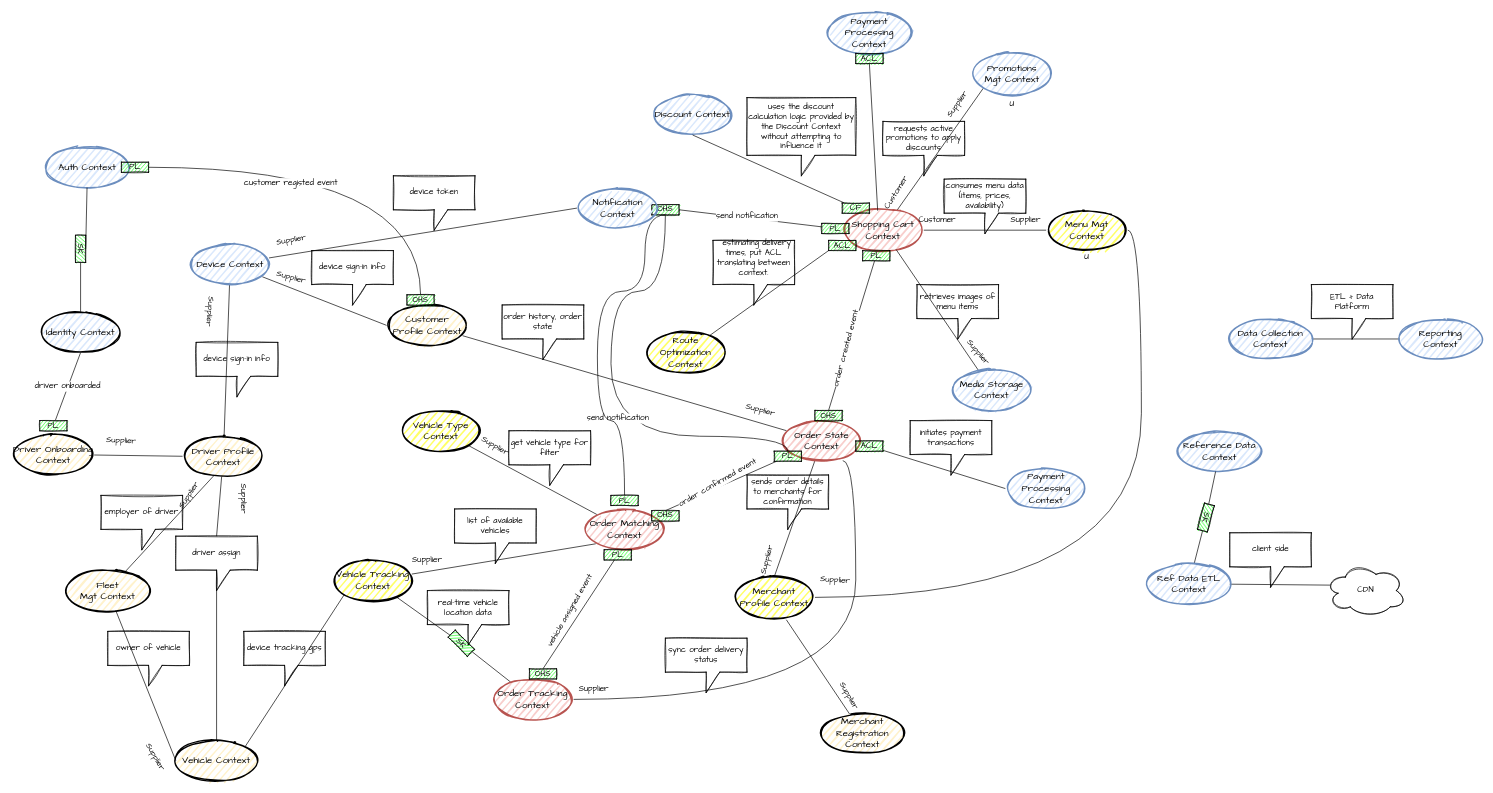
darkclouds2357/food_order_delivery keeps this draw.io diagram as page "context_map" (5 of 11) of food_delivery_design.drawio. Above is the earlier version. Source tidied: cells renumbered, new cells numbered last; positions are measured from the earlier drawing's top-left corner, leaving out a move shared by most shapes. Both pictures are drawn from the tidied source at 68%, with x=0, y=0 at pixel (12, 12).
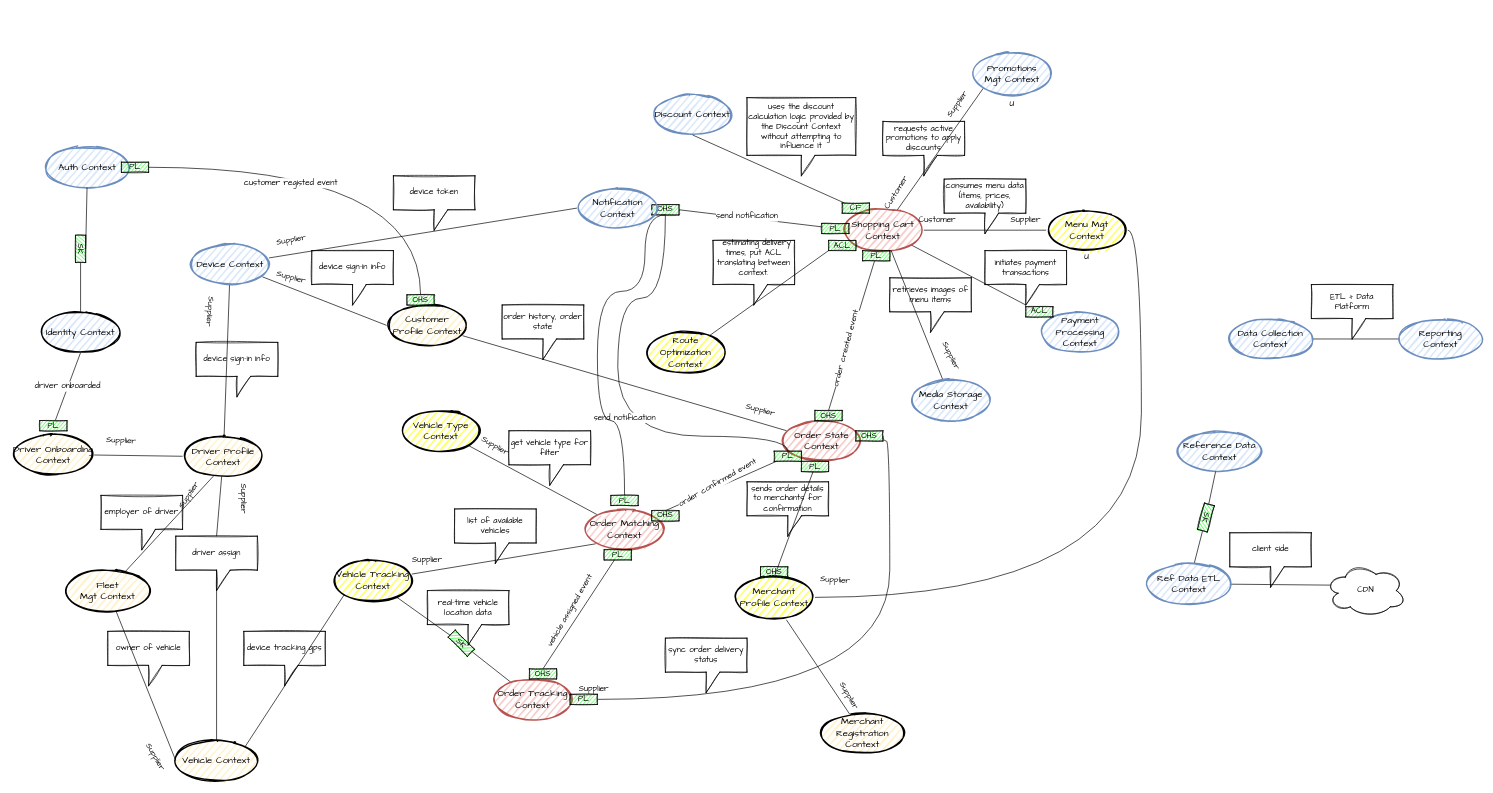
After the change.

Commit message (it also covers changes not shown here):
update for order matching context

The change refers to these unchanged cells:
```xml
<mxCell id="3" value="&lt;span&gt;Shopping Cart Context&lt;/span&gt;" style="ellipse;whiteSpace=wrap;html=1;strokeWidth=2;fillWeight=2;hachureGap=8;fillColor=#f8cecc;fillStyle=auto;sketch=1;glass=0;fontFamily=Comic Sans MS;fontSize=14;strokeColor=#b85450;" parent="1" vertex="1">
  <mxGeometry x="1220" y="290" width="120" height="60" as="geometry" />
</mxCell>
<mxCell id="22" value="OHS" style="rounded=0;whiteSpace=wrap;html=1;sketch=1;fontFamily=Comic Sans MS;fontSize=12;strokeColor=default;fillColor=#00FF00;verticalAlign=middle;" parent="1" vertex="1">
  <mxGeometry x="940" y="282.5" width="40" height="15" as="geometry" />
</mxCell>
<mxCell id="28" value="Order State Context" style="ellipse;whiteSpace=wrap;html=1;strokeWidth=2;fillWeight=2;hachureGap=8;fillColor=#f8cecc;fillStyle=auto;sketch=1;glass=0;fontFamily=Comic Sans MS;fontSize=14;strokeColor=#b85450;" parent="1" vertex="1">
  <mxGeometry x="1130" y="600" width="120" height="60" as="geometry" />
</mxCell>
<mxCell id="37" value="Merchant &lt;br&gt;Profile Context" style="ellipse;whiteSpace=wrap;html=1;strokeWidth=2;fillWeight=2;hachureGap=8;fillColor=#FFFF66;fillStyle=auto;sketch=1;glass=0;fontFamily=Comic Sans MS;fontSize=14;" parent="1" vertex="1">
  <mxGeometry x="1060" y="830" width="120" height="60" as="geometry" />
</mxCell>
<mxCell id="42" value="PL" style="rounded=0;whiteSpace=wrap;html=1;sketch=1;fontFamily=Comic Sans MS;fontSize=12;strokeColor=default;fillColor=#00FF00;verticalAlign=middle;" parent="1" vertex="1">
  <mxGeometry x="1120" y="645" width="40" height="15" as="geometry" />
</mxCell>
<mxCell id="64" value="Order Tracking Context" style="ellipse;whiteSpace=wrap;html=1;strokeWidth=2;fillWeight=2;hachureGap=8;fillColor=#f8cecc;fillStyle=auto;sketch=1;glass=0;fontFamily=Comic Sans MS;fontSize=14;strokeColor=#b85450;" parent="1" vertex="1">
  <mxGeometry x="705" y="980" width="120" height="60" as="geometry" />
</mxCell>
```

Diff of the diagram source:
```diff
@@
+    <mxCell id="134" style="edgeStyle=none;rounded=0;jettySize=auto;html=1;entryX=0;entryY=0;entryDx=60;entryDy=80;entryPerimeter=0;fontFamily=Comic Sans MS;fontSize=12;endArrow=none;endFill=0;flowAnimation=1;" parent="1" edge="1" source="3" target="55">
+      <mxGeometry relative="1" as="geometry" />
+    </mxCell>
@@
     <mxCell id="20" value="Media Storage Context" style="ellipse;whiteSpace=wrap;html=1;strokeWidth=2;fillWeight=2;hachureGap=8;fillColor=#dae8fc;fillStyle=auto;sketch=1;glass=0;fontFamily=Comic Sans MS;fontSize=14;strokeColor=#6c8ebf;" parent="1" vertex="1">
-      <mxGeometry x="1380" y="525" width="120" height="60" as="geometry" />
+      <mxGeometry x="1320" y="540" width="120" height="60" as="geometry" />
     </mxCell>
-    <mxCell id="21" value="Supplier" style="text;html=1;strokeColor=none;fillColor=none;align=center;verticalAlign=middle;whiteSpace=wrap;rounded=0;sketch=1;fontFamily=Comic Sans MS;fontSize=12;rotation=50;" parent="1" vertex="1">
-      <mxGeometry x="1390" y="485" width="60" height="30" as="geometry" />
+    <mxCell id="21" value="Supplier" style="text;html=1;strokeColor=none;fillColor=none;align=center;verticalAlign=middle;whiteSpace=wrap;rounded=0;sketch=1;fontFamily=Comic Sans MS;fontSize=12;rotation=64;" parent="1" vertex="1">
+      <mxGeometry x="1350" y="490" width="60" height="30" as="geometry" />
     </mxCell>
@@
-    <mxCell id="26" style="edgeStyle=none;rounded=0;sketch=0;jettySize=auto;html=1;entryX=0.5;entryY=0;entryDx=0;entryDy=0;fontFamily=Comic Sans MS;fontSize=12;endArrow=none;endFill=0;flowAnimation=1;" parent="1" edge="1" source="28" target="37">
+    <mxCell id="26" style="edgeStyle=none;rounded=0;sketch=0;jettySize=auto;html=1;entryX=0.5;entryY=0;entryDx=0;entryDy=0;fontFamily=Comic Sans MS;fontSize=12;endArrow=none;endFill=0;flowAnimation=1;startArrow=none;" parent="1" edge="1" source="135" target="37">
       <mxGeometry relative="1" as="geometry" />
     </mxCell>
@@
     <mxCell id="33" value="Payment Processing Context" style="ellipse;whiteSpace=wrap;html=1;strokeWidth=2;fillWeight=2;hachureGap=8;fillColor=#dae8fc;fillStyle=auto;sketch=1;glass=0;fontFamily=Comic Sans MS;fontSize=14;strokeColor=#6c8ebf;" parent="1" vertex="1">
-      <mxGeometry x="1460" y="670" width="120" height="60" as="geometry" />
+      <mxGeometry x="1510" y="440" width="120" height="60" as="geometry" />
     </mxCell>
-    <mxCell id="34" style="edgeStyle=none;rounded=0;sketch=0;jettySize=auto;html=1;entryX=0;entryY=0.5;entryDx=0;entryDy=0;fontFamily=Comic Sans MS;fontSize=12;endArrow=none;endFill=0;flowAnimation=1;" parent="1" edge="1" source="35" target="33">
+    <mxCell id="34" style="edgeStyle=none;rounded=0;sketch=0;jettySize=auto;html=1;entryX=0;entryY=0;entryDx=0;entryDy=0;fontFamily=Comic Sans MS;fontSize=12;endArrow=none;endFill=0;flowAnimation=1;" parent="1" edge="1" source="35" target="33">
       <mxGeometry relative="1" as="geometry" />
     </mxCell>
     <mxCell id="35" value="ACL" style="rounded=0;whiteSpace=wrap;html=1;sketch=1;fontFamily=Comic Sans MS;fontSize=12;strokeColor=default;fillColor=#00FF00;verticalAlign=middle;" parent="1" vertex="1">
-      <mxGeometry x="1240" y="630" width="40" height="15" as="geometry" />
+      <mxGeometry x="1490" y="432.5" width="40" height="15" as="geometry" />
     </mxCell>
@@
-    <mxCell id="38" value="Supplier" style="text;html=1;strokeColor=none;fillColor=none;align=center;verticalAlign=middle;whiteSpace=wrap;rounded=0;sketch=1;fontFamily=Comic Sans MS;fontSize=12;rotation=-75;" parent="1" vertex="1">
-      <mxGeometry x="1080" y="790" width="60" height="30" as="geometry" />
-    </mxCell>
     <mxCell id="39" value="send notification" style="edgeStyle=orthogonalEdgeStyle;rounded=0;sketch=0;jettySize=auto;html=1;entryX=0.5;entryY=1;entryDx=0;entryDy=0;fontFamily=Comic Sans MS;fontSize=12;endArrow=none;endFill=0;curved=1;flowAnimation=1;" parent="1" edge="1" source="42" target="22">
       <mxGeometry x="-0.1" y="-10" relative="1" as="geometry">
         <Array as="points">
-          <mxPoint x="880" y="623" />
-          <mxPoint x="880" y="410" />
-          <mxPoint x="960" y="410" />
+          <mxPoint x="1140" y="623" />
+          <mxPoint x="890" y="623" />
+          <mxPoint x="890" y="420" />
+          <mxPoint x="960" y="420" />
         </Array>
         <mxPoint y="1" as="offset" />
       </mxGeometry>
     </mxCell>
@@
     <mxCell id="54" value="sends order details to merchants for confirmation" style="shape=callout;whiteSpace=wrap;html=1;perimeter=calloutPerimeter;sketch=1;fontFamily=Comic Sans MS;fontSize=12;strokeColor=default;fillColor=none;verticalAlign=middle;" parent="1" vertex="1">
-      <mxGeometry x="1080" y="680" width="120" height="80" as="geometry" />
+      <mxGeometry x="1080" y="690" width="120" height="80" as="geometry" />
     </mxCell>
     <mxCell id="55" value="initiates payment transactions" style="shape=callout;whiteSpace=wrap;html=1;perimeter=calloutPerimeter;sketch=1;fontFamily=Comic Sans MS;fontSize=12;strokeColor=default;fillColor=none;verticalAlign=middle;" parent="1" vertex="1">
-      <mxGeometry x="1320" y="600" width="120" height="80" as="geometry" />
+      <mxGeometry x="1430" y="350" width="120" height="80" as="geometry" />
     </mxCell>
     <mxCell id="56" value="&lt;span&gt;retrieves images of menu items&lt;/span&gt;" style="shape=callout;whiteSpace=wrap;html=1;perimeter=calloutPerimeter;sketch=1;fontFamily=Comic Sans MS;fontSize=12;strokeColor=default;fillColor=none;verticalAlign=middle;" parent="1" vertex="1">
-      <mxGeometry x="1330" y="400" width="120" height="80" as="geometry" />
+      <mxGeometry x="1290" y="390" width="120" height="80" as="geometry" />
     </mxCell>
@@
-    <mxCell id="63" style="edgeStyle=orthogonalEdgeStyle;rounded=0;sketch=0;jettySize=auto;html=1;entryX=0.757;entryY=0.98;entryDx=0;entryDy=0;entryPerimeter=0;fontFamily=Comic Sans MS;fontSize=12;endArrow=none;endFill=0;curved=1;flowAnimation=1;" parent="1" edge="1" source="64" target="28">
+    <mxCell id="63" style="edgeStyle=orthogonalEdgeStyle;rounded=0;sketch=0;jettySize=auto;html=1;entryX=1;entryY=0.5;entryDx=0;entryDy=0;fontFamily=Comic Sans MS;fontSize=12;endArrow=none;endFill=0;curved=1;flowAnimation=1;exitX=1;exitY=0.5;exitDx=0;exitDy=0;" parent="1" edge="1" source="138" target="139">
       <mxGeometry relative="1" as="geometry">
         <Array as="points">
-          <mxPoint x="1240" y="1010" />
-          <mxPoint x="1240" y="659" />
+          <mxPoint x="1290" y="1010" />
+          <mxPoint x="1290" y="630" />
+          <mxPoint x="1280" y="630" />
         </Array>
       </mxGeometry>
     </mxCell>
@@
-    <mxCell id="131" value="Payment Processing Context" style="ellipse;whiteSpace=wrap;html=1;strokeWidth=2;fillWeight=2;hachureGap=8;fillColor=#dae8fc;fillStyle=auto;sketch=1;glass=0;fontFamily=Comic Sans MS;fontSize=14;strokeColor=#6c8ebf;" parent="1" vertex="1">
-      <mxGeometry x="1200" width="120" height="60" as="geometry" />
-    </mxCell>
-    <mxCell id="132" value="ACL" style="rounded=0;whiteSpace=wrap;html=1;sketch=1;fontFamily=Comic Sans MS;fontSize=12;strokeColor=default;fillColor=#00FF00;verticalAlign=middle;" parent="1" vertex="1">
-      <mxGeometry x="1240" y="60" width="40" height="15" as="geometry" />
-    </mxCell>
-    <mxCell id="133" style="edgeStyle=none;rounded=0;sketch=0;jettySize=auto;html=1;entryX=0.5;entryY=1;entryDx=0;entryDy=0;fontFamily=Comic Sans MS;fontSize=12;endArrow=none;endFill=0;flowAnimation=1;exitX=0.435;exitY=0.023;exitDx=0;exitDy=0;exitPerimeter=0;" parent="1" edge="1" source="3" target="132">
-      <mxGeometry relative="1" as="geometry" />
-    </mxCell>
+    <mxCell id="135" value="PL" style="rounded=0;whiteSpace=wrap;html=1;sketch=1;fontFamily=Comic Sans MS;fontSize=12;strokeColor=default;fillColor=#00FF00;verticalAlign=middle;" parent="1" vertex="1">
+      <mxGeometry x="1160" y="660" width="40" height="15" as="geometry" />
+    </mxCell>
+    <mxCell id="136" style="edgeStyle=none;rounded=0;sketch=0;jettySize=auto;html=1;entryX=0.5;entryY=0;entryDx=0;entryDy=0;fontFamily=Comic Sans MS;fontSize=12;endArrow=none;endFill=0;flowAnimation=1;" parent="1" edge="1" source="28" target="135">
+      <mxGeometry relative="1" as="geometry" />
+    </mxCell>
+    <mxCell id="137" value="OHS" style="rounded=0;whiteSpace=wrap;html=1;sketch=1;fontFamily=Comic Sans MS;fontSize=12;strokeColor=default;fillColor=#00FF00;verticalAlign=middle;" parent="1" vertex="1">
+      <mxGeometry x="1100" y="815" width="40" height="15" as="geometry" />
+    </mxCell>
+    <mxCell id="138" value="PL" style="rounded=0;whiteSpace=wrap;html=1;sketch=1;fontFamily=Comic Sans MS;fontSize=12;strokeColor=default;fillColor=#00FF00;verticalAlign=middle;" parent="1" vertex="1">
+      <mxGeometry x="820" y="1002.5" width="40" height="15" as="geometry" />
+    </mxCell>
+    <mxCell id="139" value="OHS" style="rounded=0;whiteSpace=wrap;html=1;sketch=1;fontFamily=Comic Sans MS;fontSize=12;strokeColor=default;fillColor=#00FF00;verticalAlign=middle;" parent="1" vertex="1">
+      <mxGeometry x="1240" y="615" width="40" height="15" as="geometry" />
+    </mxCell>
```
